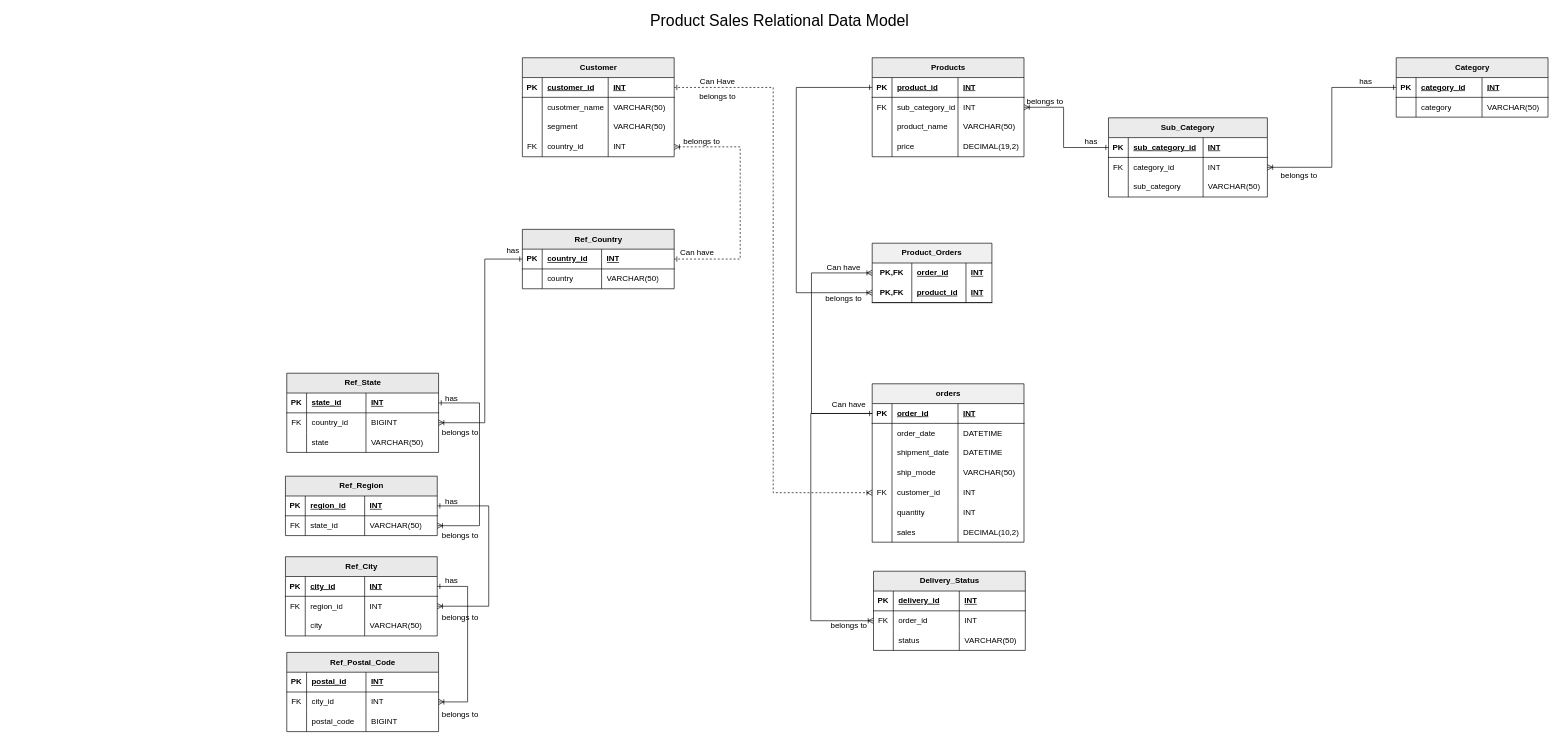
HariHaraChandar0715/Data_Warehouse_Learnings keeps this draw.io diagram as page "product_sales_dm" (2 of 2) of data_modelling/Entity_Relationship_Diagram/relationships/relationships.drawio. Above is the earlier version. Source tidied: cells renumbered, new cells numbered last; positions are measured from the earlier drawing's top-left corner, leaving out a move shared by most shapes. Both pictures are drawn from the tidied source at 66%, with x=0, y=0 at pixel (285, 11).
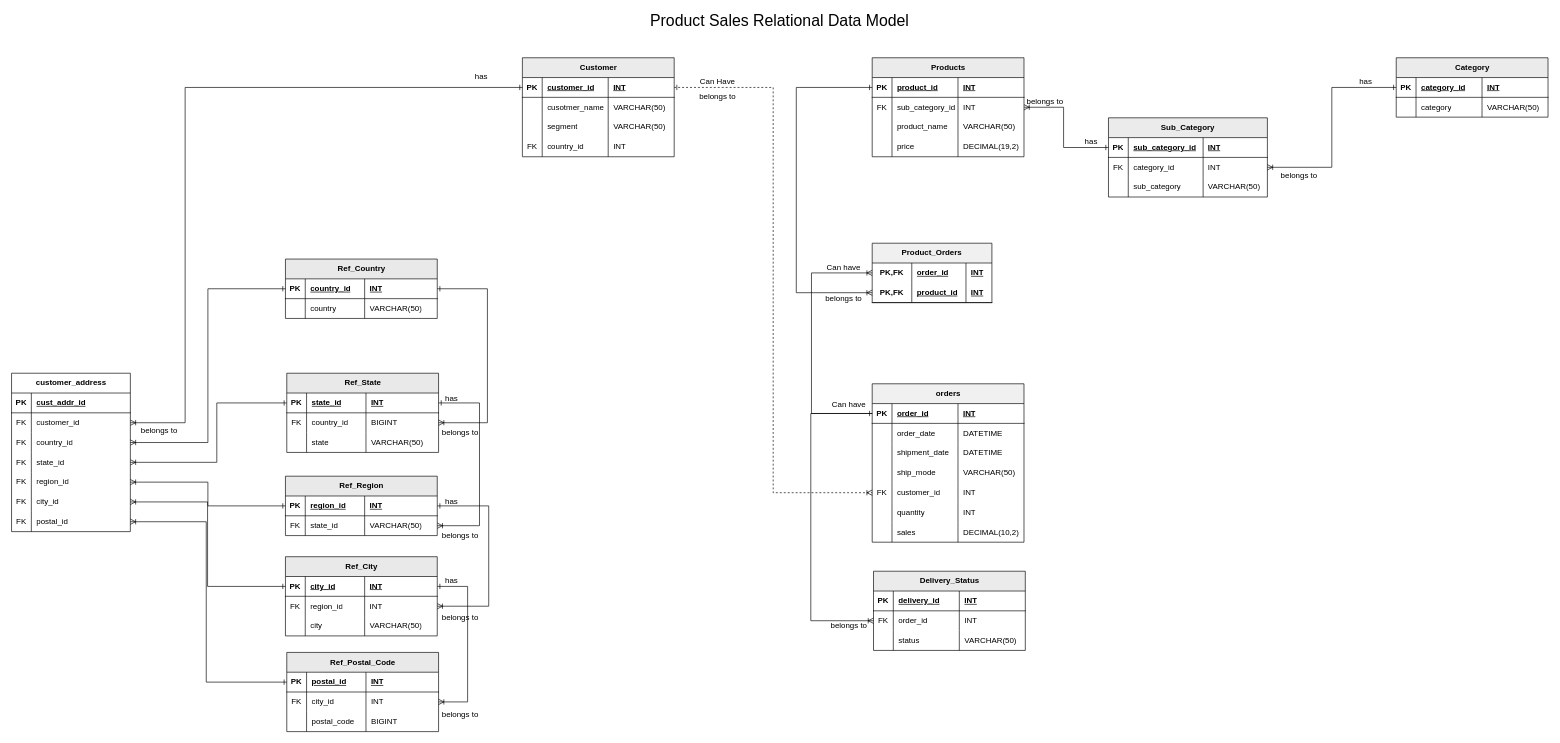
The same diagram, later.

Unchanged cells that the change refers to:
```xml
<mxCell id="3" style="shape=tableRow;horizontal=0;startSize=0;swimlaneHead=0;swimlaneBody=0;fillColor=none;points=[[0,0.5],[1,0.5]];portConstraint=eastwest;top=0;left=0;right=0;bottom=1;" parent="2" vertex="1">
  <mxGeometry y="30" width="230" height="30" as="geometry" />
</mxCell>
<mxCell id="15" style="shape=tableRow;horizontal=0;startSize=0;swimlaneHead=0;swimlaneBody=0;fillColor=none;points=[[0,0.5],[1,0.5]];portConstraint=eastwest;top=0;left=0;right=0;bottom=0;" parent="2" vertex="1">
  <mxGeometry y="120" width="230" height="30" as="geometry" />
</mxCell>
<mxCell id="20" style="shape=tableRow;horizontal=0;startSize=0;swimlaneHead=0;swimlaneBody=0;fillColor=none;points=[[0,0.5],[1,0.5]];portConstraint=eastwest;top=0;left=0;right=0;bottom=1;" parent="19" vertex="1">
  <mxGeometry y="30" width="230" height="30" as="geometry" />
</mxCell>
<mxCell id="111" style="shape=tableRow;horizontal=0;startSize=0;swimlaneHead=0;swimlaneBody=0;fillColor=none;points=[[0,0.5],[1,0.5]];portConstraint=eastwest;top=0;left=0;right=0;bottom=1;" parent="110" vertex="1">
  <mxGeometry y="30" width="230" height="30" as="geometry" />
</mxCell>
<mxCell id="115" style="shape=tableRow;horizontal=0;startSize=0;swimlaneHead=0;swimlaneBody=0;fillColor=none;points=[[0,0.5],[1,0.5]];portConstraint=eastwest;top=0;left=0;right=0;bottom=0;" parent="110" vertex="1">
  <mxGeometry y="60" width="230" height="30" as="geometry" />
</mxCell>
<mxCell id="124" style="shape=tableRow;horizontal=0;startSize=0;swimlaneHead=0;swimlaneBody=0;fillColor=none;points=[[0,0.5],[1,0.5]];portConstraint=eastwest;top=0;left=0;right=0;bottom=1;" parent="123" vertex="1">
  <mxGeometry y="30" width="230" height="30" as="geometry" />
</mxCell>
<mxCell id="133" style="shape=tableRow;horizontal=0;startSize=0;swimlaneHead=0;swimlaneBody=0;fillColor=none;points=[[0,0.5],[1,0.5]];portConstraint=eastwest;top=0;left=0;right=0;bottom=1;" parent="132" vertex="1">
  <mxGeometry y="30" width="230" height="30" as="geometry" />
</mxCell>
<mxCell id="146" style="shape=tableRow;horizontal=0;startSize=0;swimlaneHead=0;swimlaneBody=0;fillColor=none;points=[[0,0.5],[1,0.5]];portConstraint=eastwest;top=0;left=0;right=0;bottom=1;" parent="145" vertex="1">
  <mxGeometry y="30" width="230" height="30" as="geometry" />
</mxCell>
```

Change to the diagram source:
```diff
@@
     <mxCell id="19" value="Ref_Country" style="shape=table;startSize=30;childLayout=tableLayout;rowLines=0;fontStyle=1;align=center;html=1;fillColor=#E9E9E9;" parent="1" vertex="1">
-      <mxGeometry x="359" y="330" width="230" height="90" as="geometry" />
+      <mxGeometry y="375" width="230" height="90" as="geometry" />
     </mxCell>
@@
-    <mxCell id="88" style="edgeStyle=orthogonalEdgeStyle;fontSize=12;html=1;endArrow=ERoneToMany;rounded=0;exitX=1;exitY=0.5;exitDx=0;exitDy=0;entryX=1;entryY=0.5;entryDx=0;entryDy=0;startArrow=ERone;startFill=0;dashed=1;" parent="1" edge="1" source="20" target="15">
-      <mxGeometry relative="1" as="geometry">
-        <Array as="points">
-          <mxPoint x="689" y="375" />
-          <mxPoint x="689" y="205" />
-        </Array>
-      </mxGeometry>
-    </mxCell>
@@
-    <mxCell id="91" value="Can have" style="text;html=1;whiteSpace=wrap;strokeColor=none;fillColor=none;align=center;verticalAlign=middle;rounded=0;" parent="1" vertex="1">
-      <mxGeometry x="594" y="351" width="60" height="30" as="geometry" />
-    </mxCell>
     <mxCell id="92" value="belongs to" style="text;html=1;whiteSpace=wrap;strokeColor=none;fillColor=none;align=center;verticalAlign=middle;rounded=0;" parent="1" vertex="1">
-      <mxGeometry x="601" y="182" width="60" height="30" as="geometry" />
+      <mxGeometry x="-221" y="620" width="60" height="30" as="geometry" />
     </mxCell>
@@
-    <mxCell id="158" style="edgeStyle=orthogonalEdgeStyle;fontSize=12;html=1;endArrow=ERoneToMany;rounded=0;exitX=0;exitY=0.5;exitDx=0;exitDy=0;entryX=1;entryY=0.5;entryDx=0;entryDy=0;startArrow=ERone;startFill=0;" parent="1" edge="1" source="20" target="115">
-      <mxGeometry relative="1" as="geometry">
-        <Array as="points">
-          <mxPoint x="302" y="375" />
-          <mxPoint x="302" y="623" />
-        </Array>
-      </mxGeometry>
-    </mxCell>
@@
     <mxCell id="190" value="has" style="text;html=1;whiteSpace=wrap;strokeColor=none;fillColor=none;align=center;verticalAlign=middle;rounded=0;" parent="1" vertex="1">
-      <mxGeometry x="315" y="347" width="60" height="30" as="geometry" />
+      <mxGeometry x="267" y="84" width="60" height="30" as="geometry" />
     </mxCell>
@@
+    <mxCell id="158" style="edgeStyle=orthogonalEdgeStyle;fontSize=12;html=1;endArrow=ERoneToMany;rounded=0;exitX=1;exitY=0.5;exitDx=0;exitDy=0;entryX=1;entryY=0.5;entryDx=0;entryDy=0;startArrow=ERone;startFill=0;" parent="1" edge="1" source="20" target="115">
+      <mxGeometry relative="1" as="geometry">
+        <Array as="points">
+          <mxPoint x="306" y="420" />
+          <mxPoint x="306" y="623" />
+        </Array>
+      </mxGeometry>
+    </mxCell>
+    <mxCell id="198" value="customer_address" style="shape=table;startSize=30;childLayout=tableLayout;rowLines=0;fontStyle=1;align=center;html=1;" parent="1" vertex="1">
+      <mxGeometry x="-415" y="548" width="180" height="240" as="geometry" />
+    </mxCell>
+    <mxCell id="199" style="shape=tableRow;horizontal=0;startSize=0;swimlaneHead=0;swimlaneBody=0;fillColor=none;top=0;left=0;right=0;bottom=1;" parent="198" vertex="1">
+      <mxGeometry y="30" width="180" height="30" as="geometry" />
+    </mxCell>
+    <mxCell id="200" value="PK" style="shape=partialRectangle;fillColor=none;top=0;left=0;bottom=0;right=0;fontStyle=1;overflow=hidden;whiteSpace=wrap;html=1;" parent="199" vertex="1">
+      <mxGeometry width="30" height="30" as="geometry" />
+    </mxCell>
+    <mxCell id="201" value="cust_addr_id" style="shape=partialRectangle;fillColor=none;top=0;left=0;bottom=0;right=0;align=left;spacingLeft=6;fontStyle=5;overflow=hidden;whiteSpace=wrap;html=1;" parent="199" vertex="1">
+      <mxGeometry x="30" width="150" height="30" as="geometry" />
+    </mxCell>
+    <mxCell id="202" style="shape=tableRow;horizontal=0;startSize=0;swimlaneHead=0;swimlaneBody=0;fillColor=none;points=[[0,0.5],[1,0.5]];portConstraint=eastwest;top=0;left=0;right=0;bottom=0;" parent="198" vertex="1">
+      <mxGeometry y="60" width="180" height="30" as="geometry" />
+    </mxCell>
+    <mxCell id="203" value="FK" style="shape=partialRectangle;fillColor=none;top=0;left=0;bottom=0;right=0;overflow=hidden;whiteSpace=wrap;html=1;" parent="202" vertex="1">
+      <mxGeometry width="30" height="30" as="geometry" />
+    </mxCell>
+    <mxCell id="204" value="customer_id" style="shape=partialRectangle;fillColor=none;top=0;left=0;bottom=0;right=0;align=left;spacingLeft=6;overflow=hidden;whiteSpace=wrap;html=1;" parent="202" vertex="1">
+      <mxGeometry x="30" width="150" height="30" as="geometry" />
+    </mxCell>
+    <mxCell id="205" style="shape=tableRow;horizontal=0;startSize=0;swimlaneHead=0;swimlaneBody=0;fillColor=none;points=[[0,0.5],[1,0.5]];portConstraint=eastwest;top=0;left=0;right=0;bottom=0;" parent="198" vertex="1">
+      <mxGeometry y="90" width="180" height="30" as="geometry" />
+    </mxCell>
+    <mxCell id="206" value="FK" style="shape=partialRectangle;fillColor=none;top=0;left=0;bottom=0;right=0;overflow=hidden;whiteSpace=wrap;html=1;" parent="205" vertex="1">
+      <mxGeometry width="30" height="30" as="geometry" />
+    </mxCell>
+    <mxCell id="207" value="country_id" style="shape=partialRectangle;fillColor=none;top=0;left=0;bottom=0;right=0;align=left;spacingLeft=6;overflow=hidden;whiteSpace=wrap;html=1;" parent="205" vertex="1">
+      <mxGeometry x="30" width="150" height="30" as="geometry" />
+    </mxCell>
+    <mxCell id="208" style="shape=tableRow;horizontal=0;startSize=0;swimlaneHead=0;swimlaneBody=0;fillColor=none;points=[[0,0.5],[1,0.5]];portConstraint=eastwest;top=0;left=0;right=0;bottom=0;" parent="198" vertex="1">
+      <mxGeometry y="120" width="180" height="30" as="geometry" />
+    </mxCell>
+    <mxCell id="209" value="FK" style="shape=partialRectangle;fillColor=none;top=0;left=0;bottom=0;right=0;overflow=hidden;whiteSpace=wrap;html=1;" parent="208" vertex="1">
+      <mxGeometry width="30" height="30" as="geometry" />
+    </mxCell>
+    <mxCell id="210" value="state_id" style="shape=partialRectangle;fillColor=none;top=0;left=0;bottom=0;right=0;align=left;spacingLeft=6;overflow=hidden;whiteSpace=wrap;html=1;" parent="208" vertex="1">
+      <mxGeometry x="30" width="150" height="30" as="geometry" />
+    </mxCell>
+    <mxCell id="211" style="shape=tableRow;horizontal=0;startSize=0;swimlaneHead=0;swimlaneBody=0;fillColor=none;points=[[0,0.5],[1,0.5]];portConstraint=eastwest;top=0;left=0;right=0;bottom=0;" parent="198" vertex="1">
+      <mxGeometry y="150" width="180" height="30" as="geometry" />
+    </mxCell>
+    <mxCell id="212" value="FK" style="shape=partialRectangle;fillColor=none;top=0;left=0;bottom=0;right=0;overflow=hidden;whiteSpace=wrap;html=1;" parent="211" vertex="1">
+      <mxGeometry width="30" height="30" as="geometry" />
+    </mxCell>
+    <mxCell id="213" value="region_id" style="shape=partialRectangle;fillColor=none;top=0;left=0;bottom=0;right=0;align=left;spacingLeft=6;overflow=hidden;whiteSpace=wrap;html=1;" parent="211" vertex="1">
+      <mxGeometry x="30" width="150" height="30" as="geometry" />
+    </mxCell>
+    <mxCell id="214" style="shape=tableRow;horizontal=0;startSize=0;swimlaneHead=0;swimlaneBody=0;fillColor=none;points=[[0,0.5],[1,0.5]];portConstraint=eastwest;top=0;left=0;right=0;bottom=0;" parent="198" vertex="1">
+      <mxGeometry y="180" width="180" height="30" as="geometry" />
+    </mxCell>
+    <mxCell id="215" value="FK" style="shape=partialRectangle;fillColor=none;top=0;left=0;bottom=0;right=0;overflow=hidden;whiteSpace=wrap;html=1;" parent="214" vertex="1">
+      <mxGeometry width="30" height="30" as="geometry" />
+    </mxCell>
+    <mxCell id="216" value="city_id" style="shape=partialRectangle;fillColor=none;top=0;left=0;bottom=0;right=0;align=left;spacingLeft=6;overflow=hidden;whiteSpace=wrap;html=1;" parent="214" vertex="1">
+      <mxGeometry x="30" width="150" height="30" as="geometry" />
+    </mxCell>
+    <mxCell id="217" style="shape=tableRow;horizontal=0;startSize=0;swimlaneHead=0;swimlaneBody=0;fillColor=none;points=[[0,0.5],[1,0.5]];portConstraint=eastwest;top=0;left=0;right=0;bottom=0;" parent="198" vertex="1">
+      <mxGeometry y="210" width="180" height="30" as="geometry" />
+    </mxCell>
+    <mxCell id="218" value="FK" style="shape=partialRectangle;fillColor=none;top=0;left=0;bottom=0;right=0;overflow=hidden;whiteSpace=wrap;html=1;" parent="217" vertex="1">
+      <mxGeometry width="30" height="30" as="geometry" />
+    </mxCell>
+    <mxCell id="219" value="postal_id" style="shape=partialRectangle;fillColor=none;top=0;left=0;bottom=0;right=0;align=left;spacingLeft=6;overflow=hidden;whiteSpace=wrap;html=1;" parent="217" vertex="1">
+      <mxGeometry x="30" width="150" height="30" as="geometry" />
+    </mxCell>
+    <mxCell id="220" style="edgeStyle=orthogonalEdgeStyle;fontSize=12;html=1;endArrow=ERoneToMany;rounded=0;entryX=1;entryY=0.5;entryDx=0;entryDy=0;exitX=0;exitY=0.5;exitDx=0;exitDy=0;startArrow=ERone;startFill=0;" parent="1" edge="1" source="20" target="205">
+      <mxGeometry relative="1" as="geometry" />
+    </mxCell>
+    <mxCell id="221" style="edgeStyle=orthogonalEdgeStyle;fontSize=12;html=1;endArrow=ERoneToMany;rounded=0;entryX=1;entryY=0.5;entryDx=0;entryDy=0;exitX=0;exitY=0.5;exitDx=0;exitDy=0;startArrow=ERone;startFill=0;" parent="1" edge="1" source="111" target="208">
+      <mxGeometry relative="1" as="geometry">
+        <Array as="points">
+          <mxPoint x="-104" y="593" />
+          <mxPoint x="-104" y="683" />
+        </Array>
+      </mxGeometry>
+    </mxCell>
+    <mxCell id="222" style="edgeStyle=orthogonalEdgeStyle;fontSize=12;html=1;endArrow=ERoneToMany;rounded=0;entryX=1;entryY=0.5;entryDx=0;entryDy=0;exitX=0;exitY=0.5;exitDx=0;exitDy=0;startArrow=ERone;startFill=0;" parent="1" edge="1" source="124" target="211">
+      <mxGeometry relative="1" as="geometry" />
+    </mxCell>
+    <mxCell id="223" style="edgeStyle=orthogonalEdgeStyle;fontSize=12;html=1;endArrow=ERoneToMany;rounded=0;entryX=1;entryY=0.5;entryDx=0;entryDy=0;exitX=0;exitY=0.5;exitDx=0;exitDy=0;startArrow=ERone;startFill=0;" parent="1" edge="1" source="133" target="214">
+      <mxGeometry relative="1" as="geometry">
+        <Array as="points">
+          <mxPoint x="-118" y="871" />
+          <mxPoint x="-118" y="743" />
+        </Array>
+      </mxGeometry>
+    </mxCell>
+    <mxCell id="224" style="edgeStyle=orthogonalEdgeStyle;fontSize=12;html=1;endArrow=ERoneToMany;rounded=0;entryX=1;entryY=0.5;entryDx=0;entryDy=0;exitX=0;exitY=0.5;exitDx=0;exitDy=0;startArrow=ERone;startFill=0;" parent="1" edge="1" source="146" target="217">
+      <mxGeometry relative="1" as="geometry">
+        <Array as="points">
+          <mxPoint x="-120" y="1016" />
+          <mxPoint x="-120" y="773" />
+        </Array>
+      </mxGeometry>
+    </mxCell>
+    <mxCell id="225" style="edgeStyle=orthogonalEdgeStyle;fontSize=12;html=1;endArrow=ERoneToMany;rounded=0;exitX=0;exitY=0.5;exitDx=0;exitDy=0;entryX=1;entryY=0.5;entryDx=0;entryDy=0;startArrow=ERone;startFill=0;" parent="1" edge="1" source="3" target="202">
+      <mxGeometry relative="1" as="geometry">
+        <Array as="points">
+          <mxPoint x="-152" y="115" />
+          <mxPoint x="-152" y="623" />
+        </Array>
+      </mxGeometry>
+    </mxCell>
```
